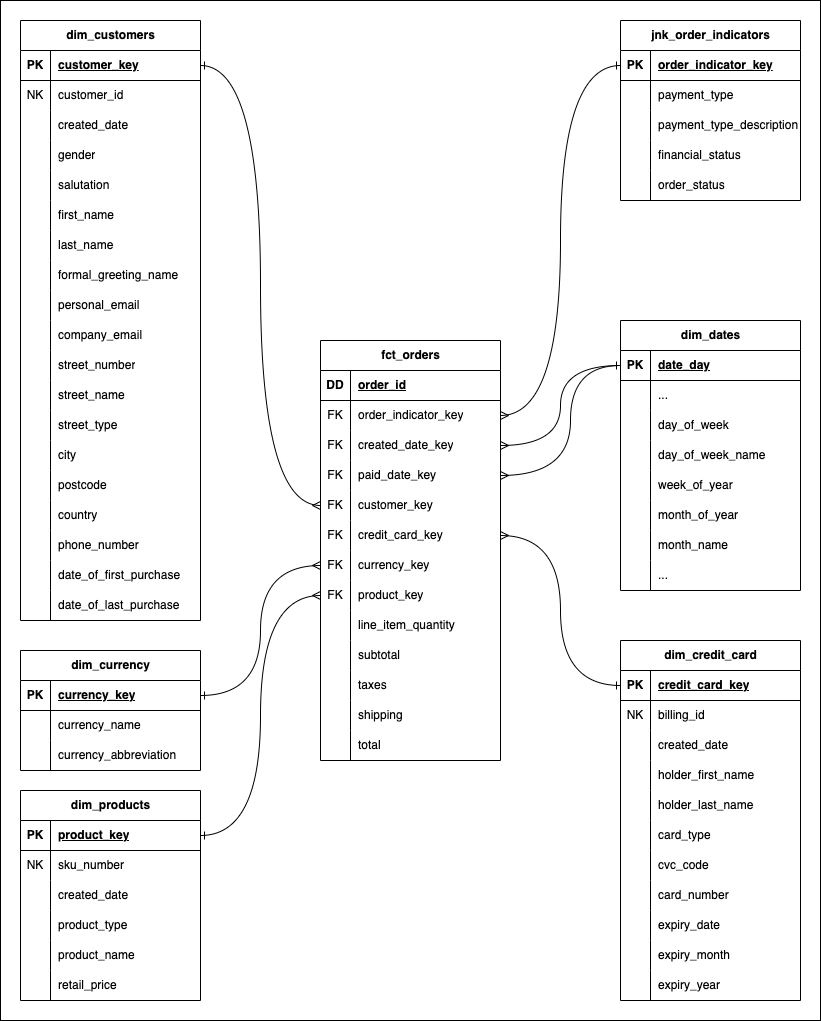
Before: slamco/assets/readme_sales_model.drawio.png, a diagram exported from draw.io (s-tlm/dbt-project). Source tidied: cells renumbered, new cells last; positions are measured from the earlier drawing's top-left corner, leaving out a move shared by most shapes.
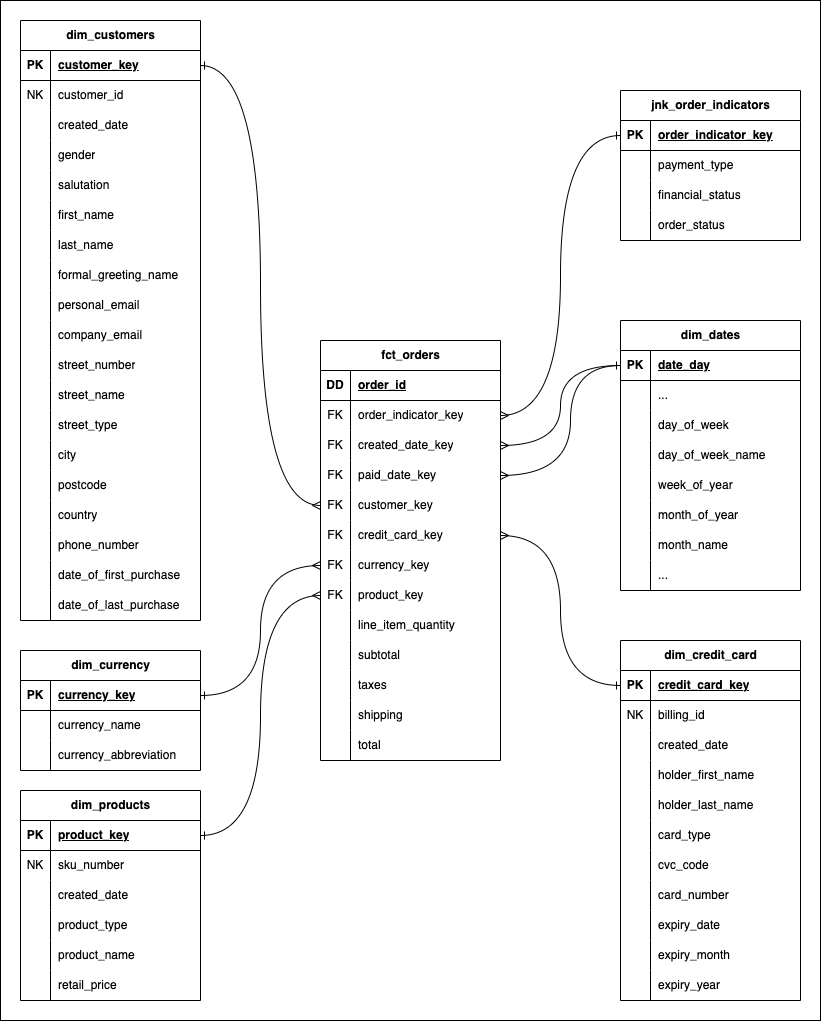
Later version of the same file.

Change to the diagram source:
```diff
@@ -357,7 +357,7 @@
       <mxGeometry x="30" width="150" height="30" as="geometry" />
     </mxCell>
     <mxCell id="120" value="jnk_order_indicators" style="shape=table;startSize=30;rowLines=0;fontStyle=1;align=center;html=1;" parent="1" vertex="1">
-      <mxGeometry x="620" y="20" width="180" height="180" as="geometry" />
+      <mxGeometry x="620" y="90" width="180" height="150" as="geometry" />
     </mxCell>
     <mxCell id="121" style="shape=tableRow;horizontal=0;startSize=0;swimlaneHead=0;swimlaneBody=0;fillColor=none;points=[[0,0.5],[1,0.5]];portConstraint=eastwest;top=0;left=0;right=0;bottom=1;" parent="120" vertex="1">
       <mxGeometry y="30" width="180" height="30" as="geometry" />
@@ -377,17 +377,8 @@
     <mxCell id="126" value="payment_type" style="shape=partialRectangle;fillColor=none;top=0;left=0;bottom=0;right=0;align=left;spacingLeft=6;overflow=hidden;whiteSpace=wrap;html=1;" parent="124" vertex="1">
       <mxGeometry x="30" width="150" height="30" as="geometry" />
     </mxCell>
-    <mxCell id="127" style="shape=tableRow;horizontal=0;startSize=0;swimlaneHead=0;swimlaneBody=0;fillColor=none;top=0;left=0;right=0;bottom=0;" parent="120" vertex="1">
-      <mxGeometry y="90" width="180" height="30" as="geometry" />
-    </mxCell>
-    <mxCell id="128" style="shape=partialRectangle;fillColor=none;top=0;left=0;bottom=0;right=0;overflow=hidden;whiteSpace=wrap;html=1;" parent="127" vertex="1">
-      <mxGeometry width="30" height="30" as="geometry" />
-    </mxCell>
-    <mxCell id="129" value="payment_type_description" style="shape=partialRectangle;fillColor=none;top=0;left=0;bottom=0;right=0;align=left;spacingLeft=6;overflow=hidden;whiteSpace=wrap;html=1;" parent="127" vertex="1">
-      <mxGeometry x="30" width="150" height="30" as="geometry" />
-    </mxCell>
     <mxCell id="130" style="shape=tableRow;horizontal=0;startSize=0;swimlaneHead=0;swimlaneBody=0;fillColor=none;top=0;left=0;right=0;bottom=0;" parent="120" vertex="1">
-      <mxGeometry y="120" width="180" height="30" as="geometry" />
+      <mxGeometry y="90" width="180" height="30" as="geometry" />
     </mxCell>
     <mxCell id="131" style="shape=partialRectangle;fillColor=none;top=0;left=0;bottom=0;right=0;overflow=hidden;whiteSpace=wrap;html=1;" parent="130" vertex="1">
       <mxGeometry width="30" height="30" as="geometry" />
@@ -396,7 +387,7 @@
       <mxGeometry x="30" width="150" height="30" as="geometry" />
     </mxCell>
     <mxCell id="133" style="shape=tableRow;horizontal=0;startSize=0;swimlaneHead=0;swimlaneBody=0;fillColor=none;top=0;left=0;right=0;bottom=0;" parent="120" vertex="1">
-      <mxGeometry y="150" width="180" height="30" as="geometry" />
+      <mxGeometry y="120" width="180" height="30" as="geometry" />
     </mxCell>
     <mxCell id="134" style="shape=partialRectangle;fillColor=none;top=0;left=0;bottom=0;right=0;overflow=hidden;whiteSpace=wrap;html=1;" parent="133" vertex="1">
       <mxGeometry width="30" height="30" as="geometry" />
```
